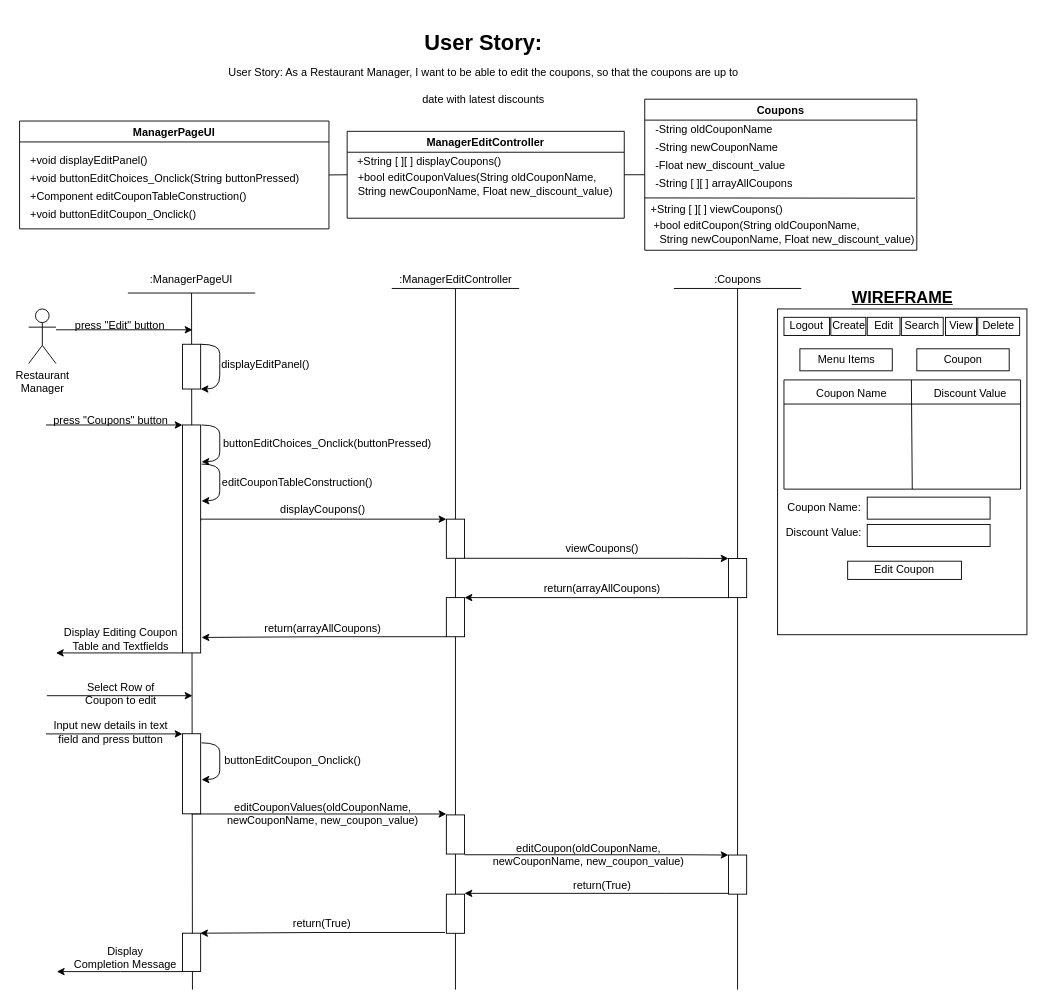
Above: BCE_UML_and_Diagrams/RestaurantManager/RestaurantManager_EditCoupons(#421)/UserStory#421_EditCoupons.drawio in extred5700/JAVAGUI-Restaurant-Table-Order-System (draw.io), before the change. Source tidied: cells renumbered, new cells numbered last; positions are measured from the earlier drawing's top-left corner, leaving out a move shared by most shapes. Both pictures are drawn from the tidied source at 91%, with x=0, y=0 at pixel (19, 25).
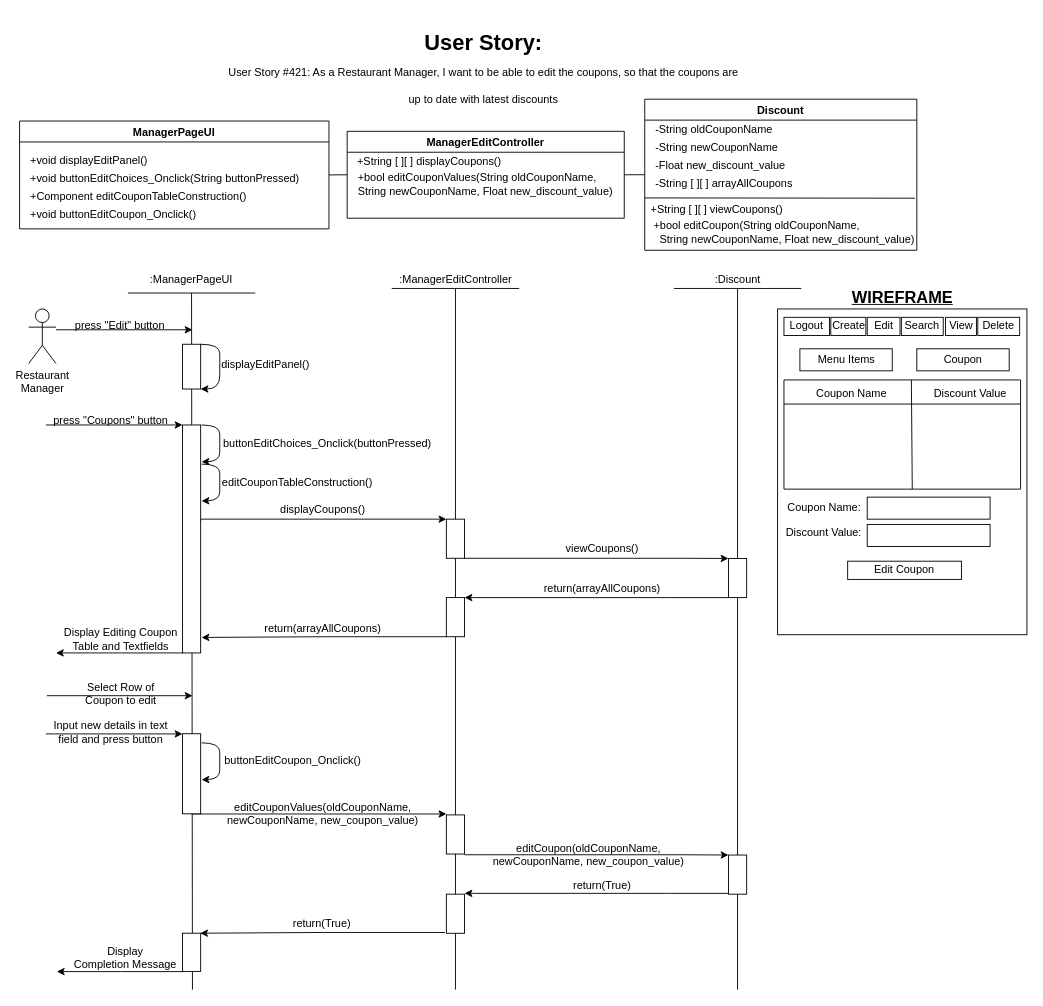
The same diagram, later.

The edit, as a diff of the source:
```diff
@@
-    <mxCell id="2" value="Coupons" style="swimlane;" parent="1" vertex="1">
+    <mxCell id="2" value="Discount" style="swimlane;" parent="1" vertex="1">
       <mxGeometry x="687" y="81.5" width="299" height="166" as="geometry" />
     </mxCell>
@@
-    <mxCell id="25" value=":Coupons" style="text;html=1;align=center;verticalAlign=middle;points=[];strokeColor=none;fillColor=none;" parent="1" vertex="1">
+    <mxCell id="25" value=":Discount" style="text;html=1;align=center;verticalAlign=middle;points=[];strokeColor=none;fillColor=none;" parent="1" vertex="1">
       <mxGeometry x="754" y="269.5" width="70" height="20" as="geometry" />
     </mxCell>
@@
-    <mxCell id="96" value="&lt;h1&gt;User Story:&lt;br&gt;&lt;font style=&quot;font-size: 12px ; font-weight: normal&quot;&gt;User Story: As a Restaurant Manager, I want to be able to edit the coupons, so that the coupons are up to date with latest discounts&lt;br&gt;&lt;/font&gt;&lt;/h1&gt;" style="text;html=1;strokeColor=none;fillColor=none;spacing=5;spacingTop=-20;whiteSpace=wrap;overflow=hidden;rounded=0;align=center;" parent="1" vertex="1">
+    <mxCell id="96" value="&lt;h1&gt;User Story:&lt;br&gt;&lt;font style=&quot;font-size: 12px ; font-weight: normal&quot;&gt;User Story #421: As a Restaurant Manager, I want to be able to edit the coupons, so that the coupons are up to date with latest discounts&lt;br&gt;&lt;/font&gt;&lt;/h1&gt;" style="text;html=1;strokeColor=none;fillColor=none;spacing=5;spacingTop=-20;whiteSpace=wrap;overflow=hidden;rounded=0;align=center;" parent="1" vertex="1">
       <mxGeometry x="220" width="580" height="100" as="geometry" />
     </mxCell>
```
